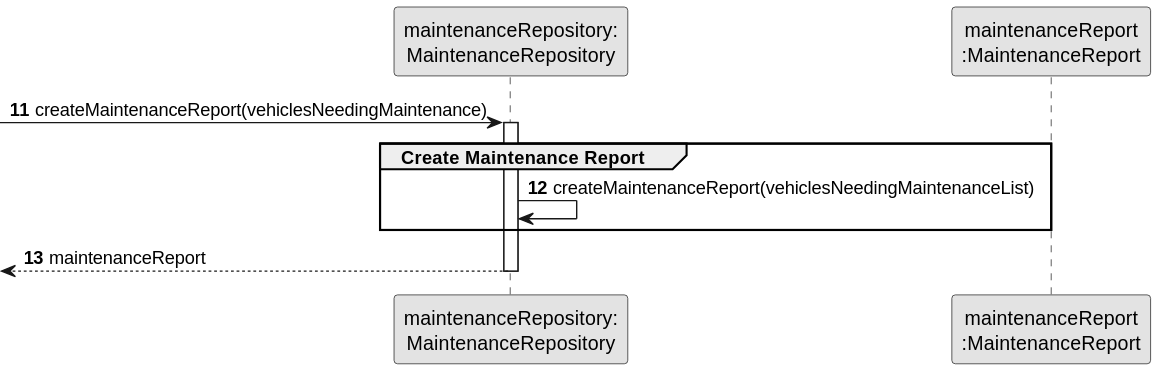
Before: docs/sprintB/us008/03.design/svg/us008-sequence-diagram-partial-create-maintenance-report.svg, a diagram exported from PlantUML (ricardomm7/leaflink).
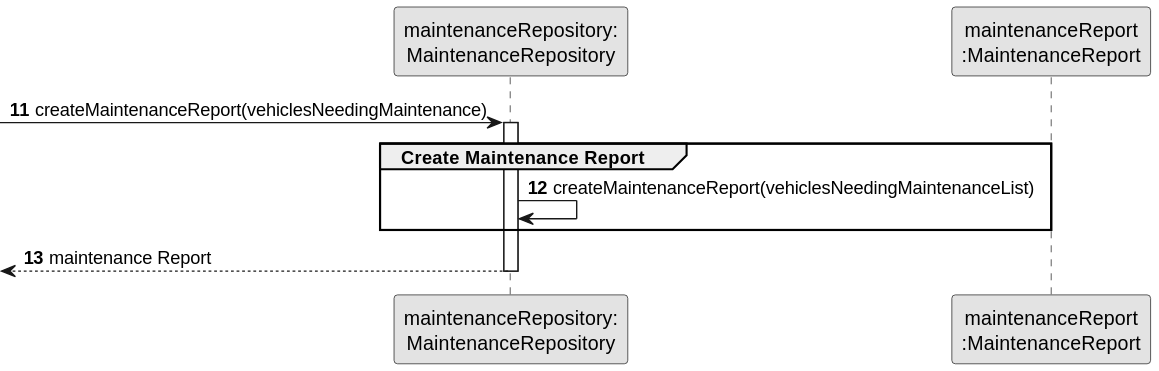
Later version of the same file.

Diff of the diagram source:
```diff
@@ -18,7 +18,7 @@
     end group
 
     autonumber 13
-    <-- MaintenanceRepository : maintenanceReport
+    <-- MaintenanceRepository : maintenance Report
 
 deactivate MaintenanceRepository
 @enduml
```
